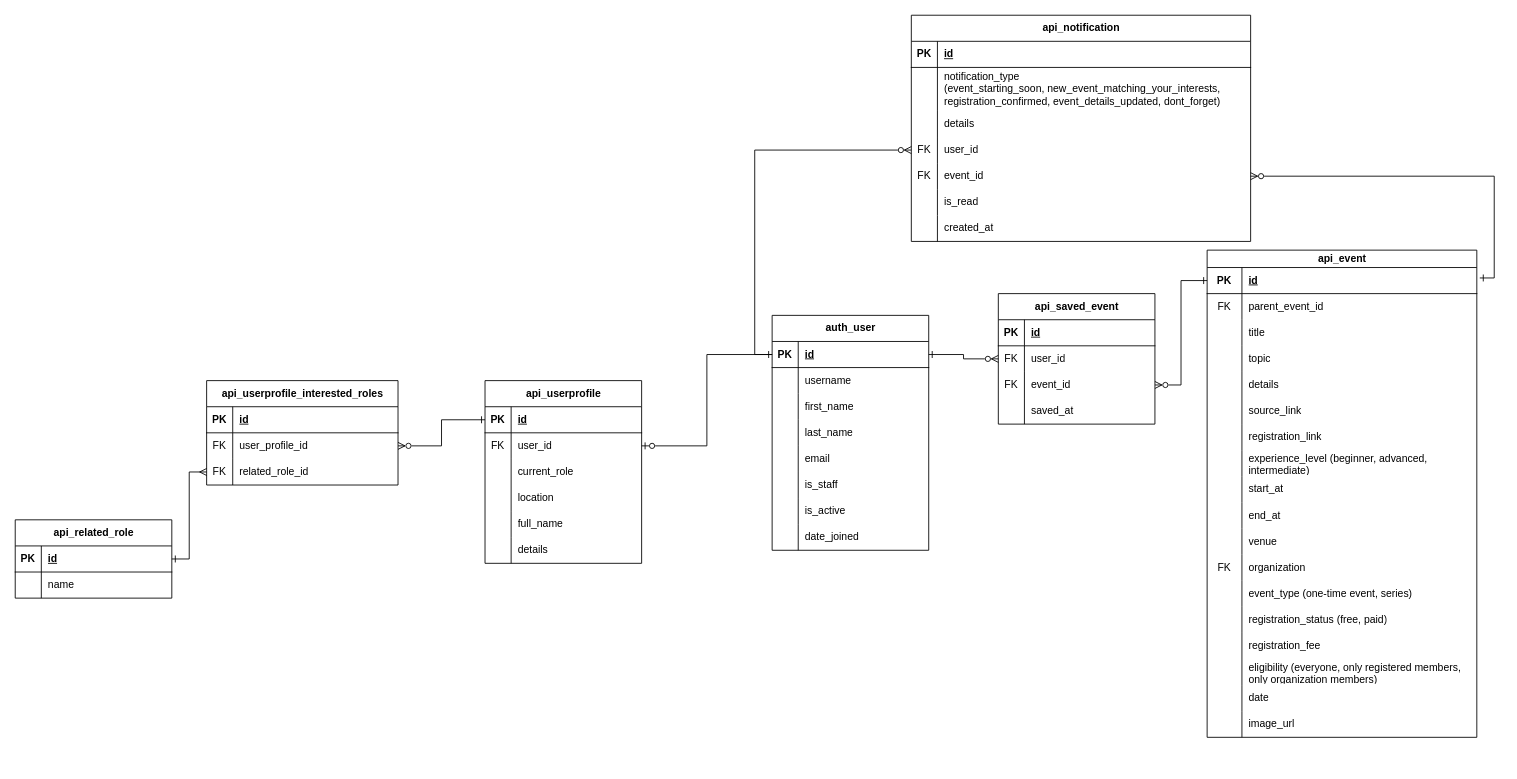
RHILIUS/drawio keeps this draw.io diagram as page "User" (2 of 6) of 2Gether.drawio. Above is the earlier version. Source tidied: cells renumbered, new cells numbered last; positions are measured from the earlier drawing's top-left corner, leaving out a move shared by most shapes. Both pictures are drawn from the tidied source at 87%, with x=0, y=0 at pixel (15, 15).
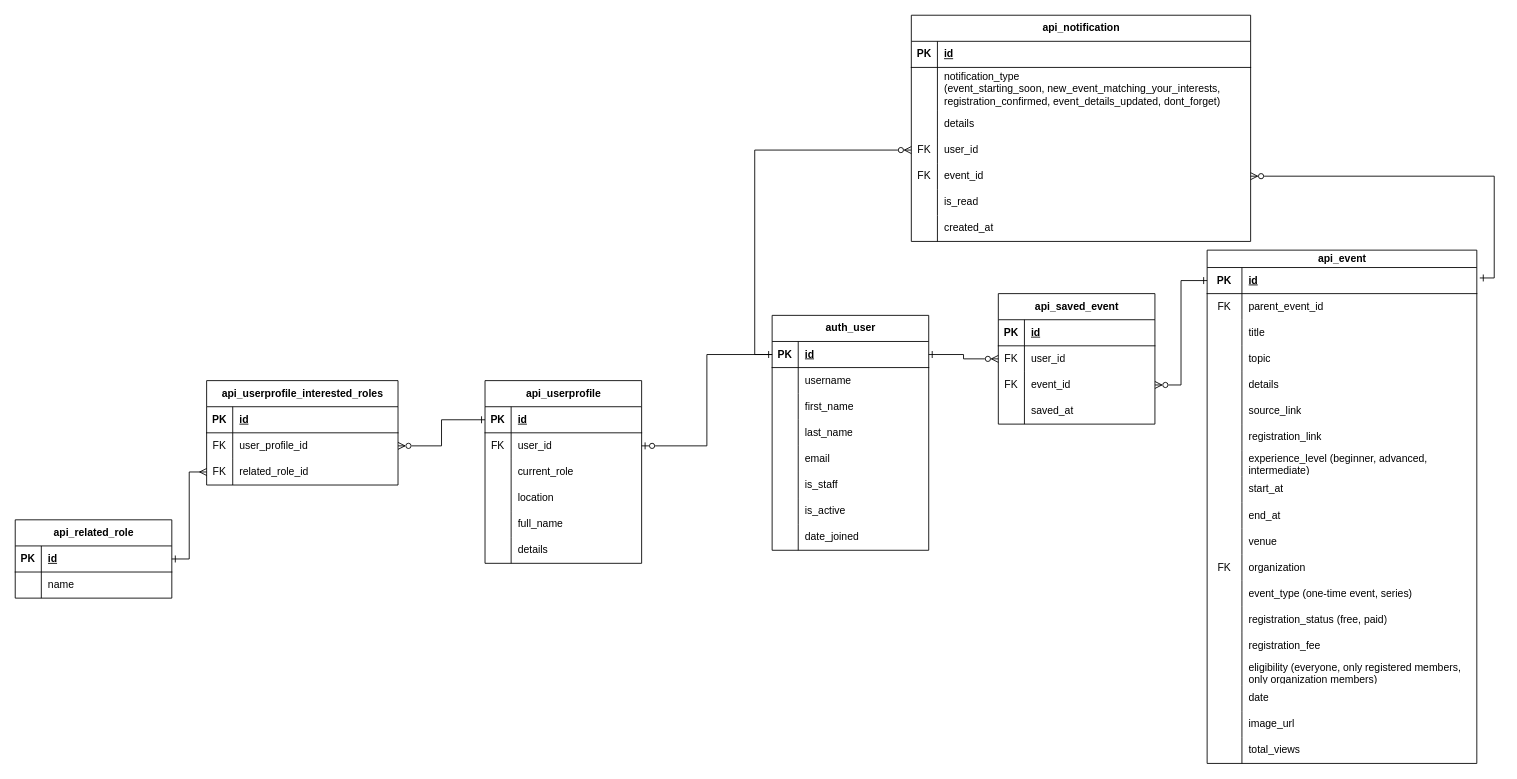
After the change.

The edit, as a diff of the source:
```diff
@@
     <mxCell id="41" value="api_event" style="shape=table;startSize=20;childLayout=tableLayout;rowLines=0;fontStyle=1;align=center;html=1;" parent="1" vertex="1">
-      <mxGeometry x="1370" y="270" width="310" height="560" as="geometry" />
+      <mxGeometry x="1370" y="270" width="310" height="590" as="geometry" />
     </mxCell>
@@
+    <mxCell id="160" style="shape=tableRow;horizontal=0;startSize=0;swimlaneHead=0;swimlaneBody=0;fillColor=none;top=0;left=0;right=0;bottom=0;" parent="41" vertex="1">
+      <mxGeometry y="560" width="310" height="30" as="geometry" />
+    </mxCell>
+    <mxCell id="161" style="shape=partialRectangle;fillColor=none;top=0;left=0;bottom=0;right=0;overflow=hidden;whiteSpace=wrap;html=1;" parent="160" vertex="1">
+      <mxGeometry width="40" height="30" as="geometry" />
+    </mxCell>
+    <mxCell id="162" value="total_views" style="shape=partialRectangle;fillColor=none;top=0;left=0;bottom=0;right=0;align=left;spacingLeft=6;overflow=hidden;whiteSpace=wrap;html=1;" parent="160" vertex="1">
+      <mxGeometry x="40" width="270" height="30" as="geometry" />
+    </mxCell>
```
